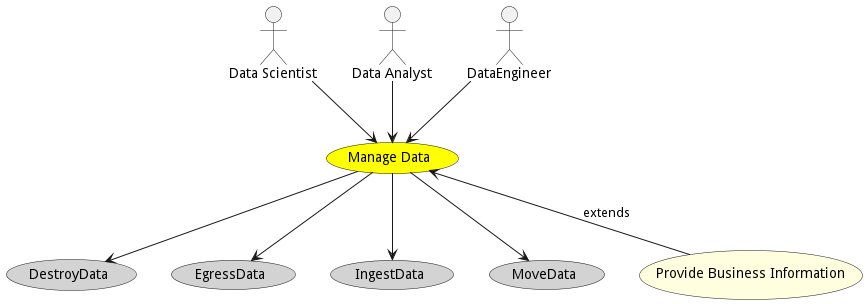
Above: docs/edgemere/diml/cds/usecases/managedata/Activities.png in madajaju/edgemere (PlantUML), before the change.
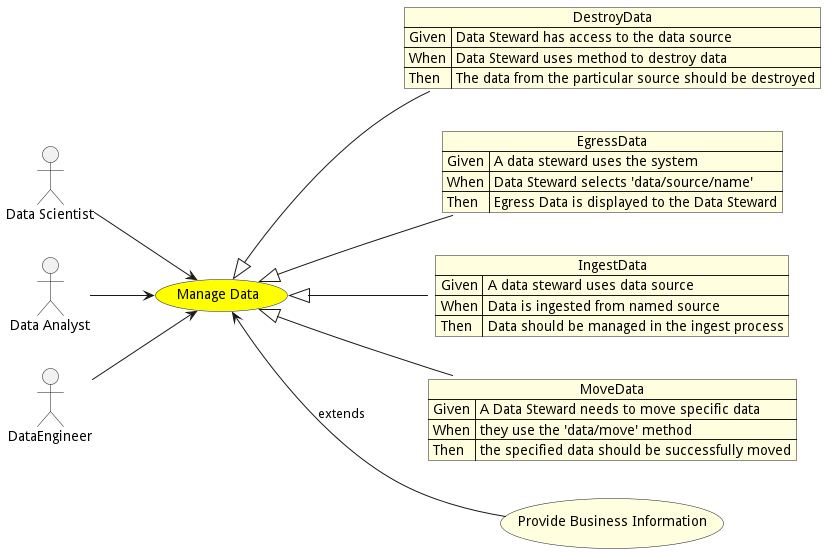
After the commit.

Change to the diagram source:
```diff
@@ -1,5 +1,7 @@
 @startuml
 
+
+left to right direction
 
 usecase "Manage Data" as ManageData #yellow
 
@@ -17,21 +19,37 @@
 
 
 
-usecase "DestroyData" as DestroyData #lightgrey
+json DestroyData #lightyellow {
+    "Given": "Data Steward has access to the data source",
+    "When": "Data Steward uses method to destroy data",
+    "Then": "The data from the particular source should be destroyed"
+}
 
-ManageData --> DestroyData
+ManageData <|-- DestroyData
 
-usecase "EgressData" as EgressData #lightgrey
+json EgressData #lightyellow {
+    "Given": "A data steward uses the system",
+    "When": "Data Steward selects &#39;data/source/name&#39;",
+    "Then": "Egress Data is displayed to the Data Steward"
+}
 
-ManageData --> EgressData
+ManageData <|-- EgressData
 
-usecase "IngestData" as IngestData #lightgrey
+json IngestData #lightyellow {
+    "Given": "A data steward uses data source",
+    "When": "Data is ingested from named source",
+    "Then": "Data should be managed in the ingest process"
+}
 
-ManageData --> IngestData
+ManageData <|-- IngestData
 
-usecase "MoveData" as MoveData #lightgrey
+json MoveData #lightyellow {
+    "Given": "A Data Steward needs to move specific data",
+    "When": "they use the &#39;data/move&#39; method",
+    "Then": "the specified data should be successfully moved"
+}
 
-ManageData --> MoveData
+ManageData <|-- MoveData
 
 
 
```
